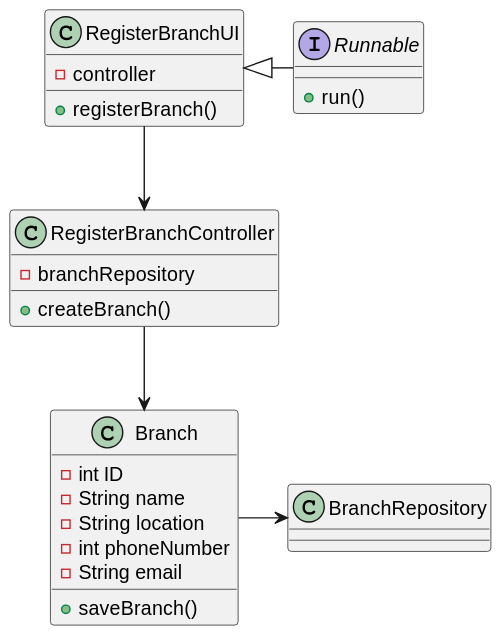
Earlier version of the PlantUML export docs/sprintB/US005/03.design/svg/US005_CD.svg (tiagohcorreia/LAPR2).
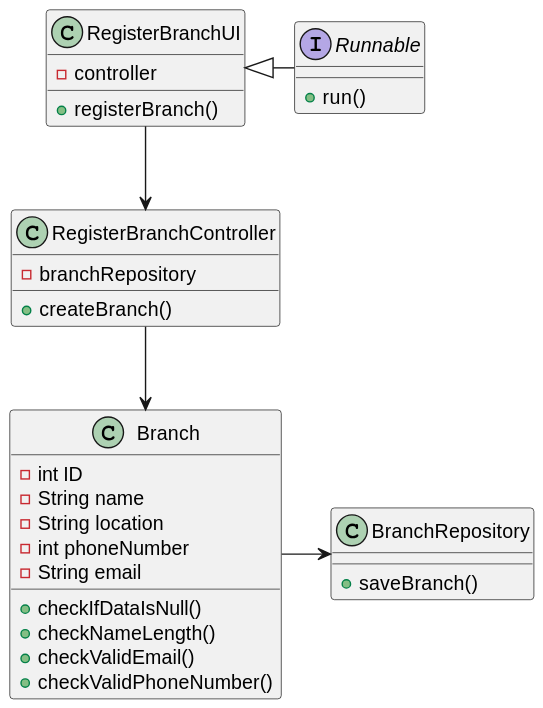
After the change.

The edit, as a diff of the source:
```diff
@@ -8,7 +8,13 @@
     - int phoneNumber
     - String email
 
-    + saveBranch()
+
+    + checkIfDataIsNull()
+    + checkNameLength()
+    + checkValidEmail()
+    + checkValidPhoneNumber()
+
+
 
 }
 
@@ -27,7 +33,7 @@
 
 class BranchRepository {
 
-
+    + saveBranch()
 }
 
 
```
